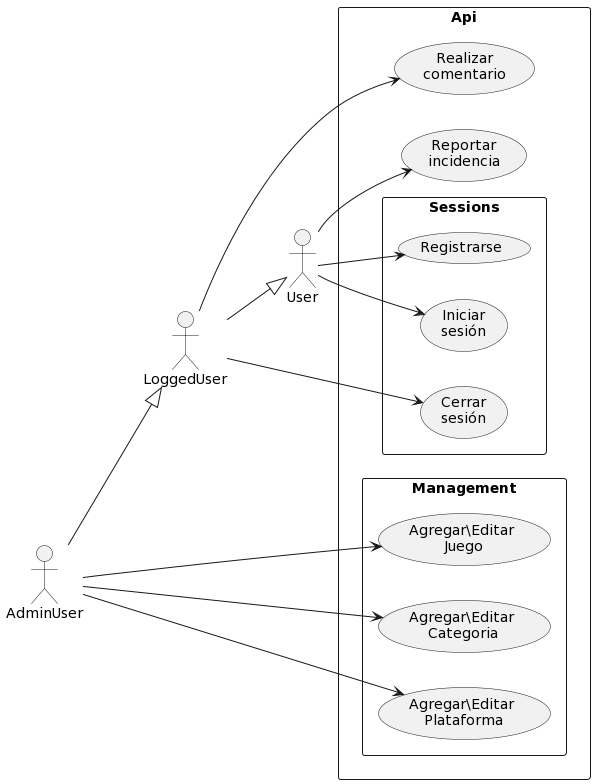
The PlantUML diagram docs/diagrams/out/UseCaseDiagram.png in DainWs/VoidEyeGames, before a commit. The source it was exported from:
```plantuml
@startuml
left to right direction
rectangle Api {
 rectangle Sessions {
  usecase (Registrarse)
  usecase (Iniciar\nsesión)
  usecase (Cerrar\nsesión)
 }

 rectangle Management {
  usecase (Agregar\Editar\n Juego)
  usecase (Agregar\Editar\n Categoria)
  usecase (Agregar\Editar\n Plataforma)
 }

 usecase (Reportar\nincidencia)
 usecase (Realizar\ncomentario)
}

:User: --> (Registrarse)
:User: --> (Iniciar\nsesión)
:User: --> (Reportar\nincidencia)

:LoggedUser: --|> :User:
:LoggedUser: --> (Cerrar\nsesión)
:LoggedUser: --> (Realizar\ncomentario)

:AdminUser: --|> :LoggedUser:
:AdminUser: --> (Agregar\Editar\n Juego)
:AdminUser: --> (Agregar\Editar\n Categoria)
:AdminUser: --> (Agregar\Editar\n Plataforma)
@enduml
```
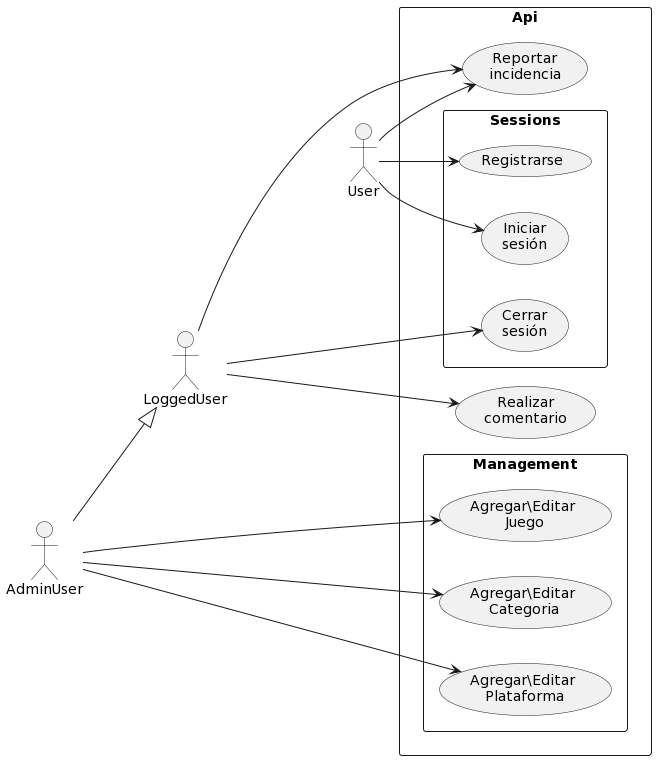
The same file after the commit.

The edit, as a diff of the source:
```diff
@@ -21,7 +21,7 @@
 :User: --> (Iniciar\nsesión)
 :User: --> (Reportar\nincidencia)
 
-:LoggedUser: --|> :User:
+:LoggedUser: ----> (Reportar\nincidencia)
 :LoggedUser: --> (Cerrar\nsesión)
 :LoggedUser: --> (Realizar\ncomentario)
 
```
